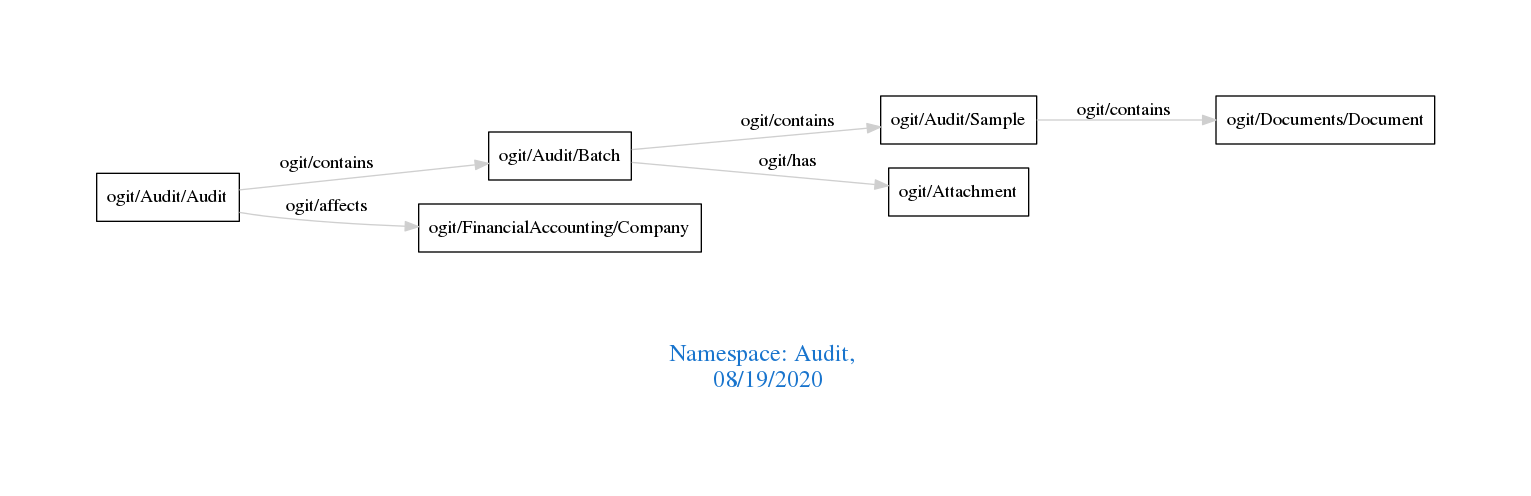
Earlier version of the Graphviz export downloads/Audit.png (arago/OGIT). Its source is kept beside it as downloads/Audit.dot.
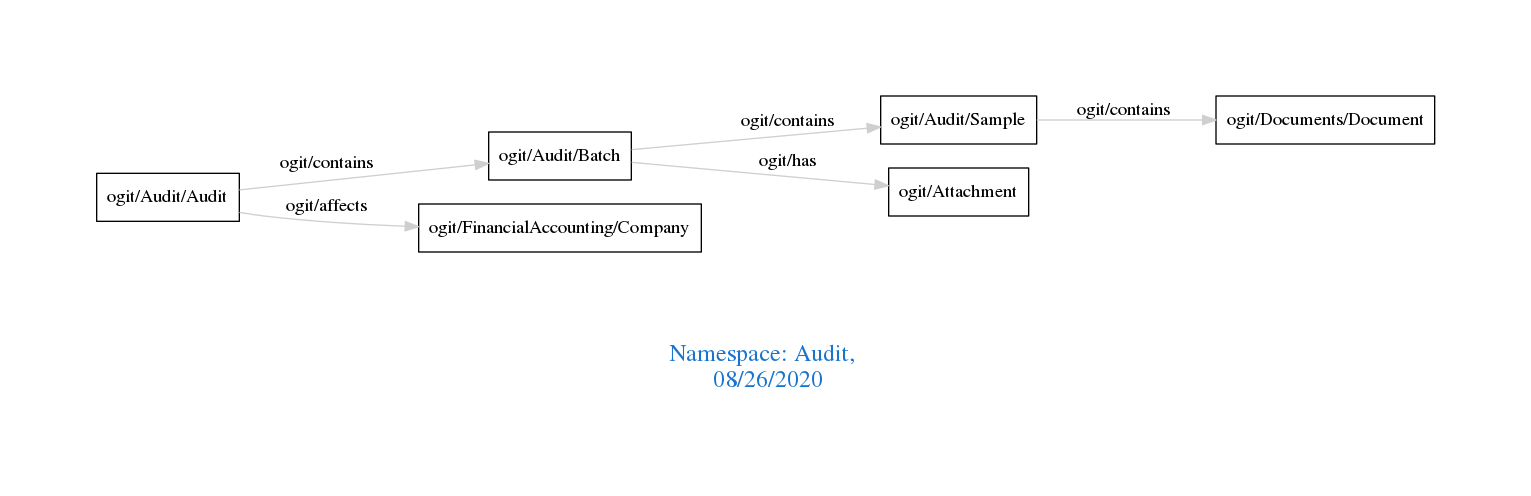
After the commit.

Diff of the diagram source:
```diff
@@ -1,7 +1,7 @@
 digraph OGIT_ontology {
  graph [ rankdir= LR,pad=1
 fontsize = 18,
-fontcolor= dodgerblue3,label = "\n\n\nNamespace: Audit, \n 08/19/2020"];
+fontcolor= dodgerblue3,label = "\n\n\nNamespace: Audit, \n 08/26/2020"];
 node[shape=polygon];
 edge [  color="gray81"];
 
```
